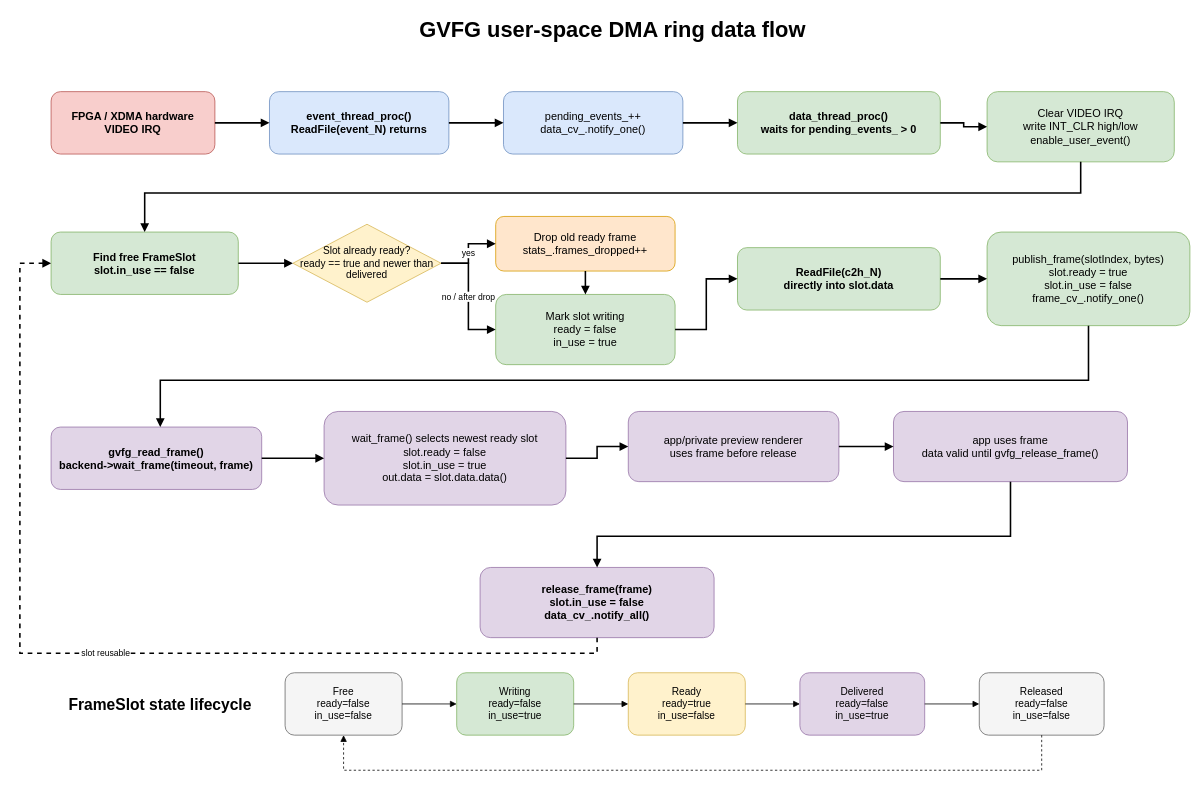
Before: docs/GVFG_DMA_RING_DATA_FLOW.drawio in MarquezLin/GVFG_Standalone, a draw.io diagram. Source tidied: cells renumbered, new cells numbered last; positions are measured from the earlier drawing's top-left corner, leaving out a move shared by most shapes. Both pictures are drawn from the tidied source at 78%, with x=0, y=0 at pixel (20, 13).
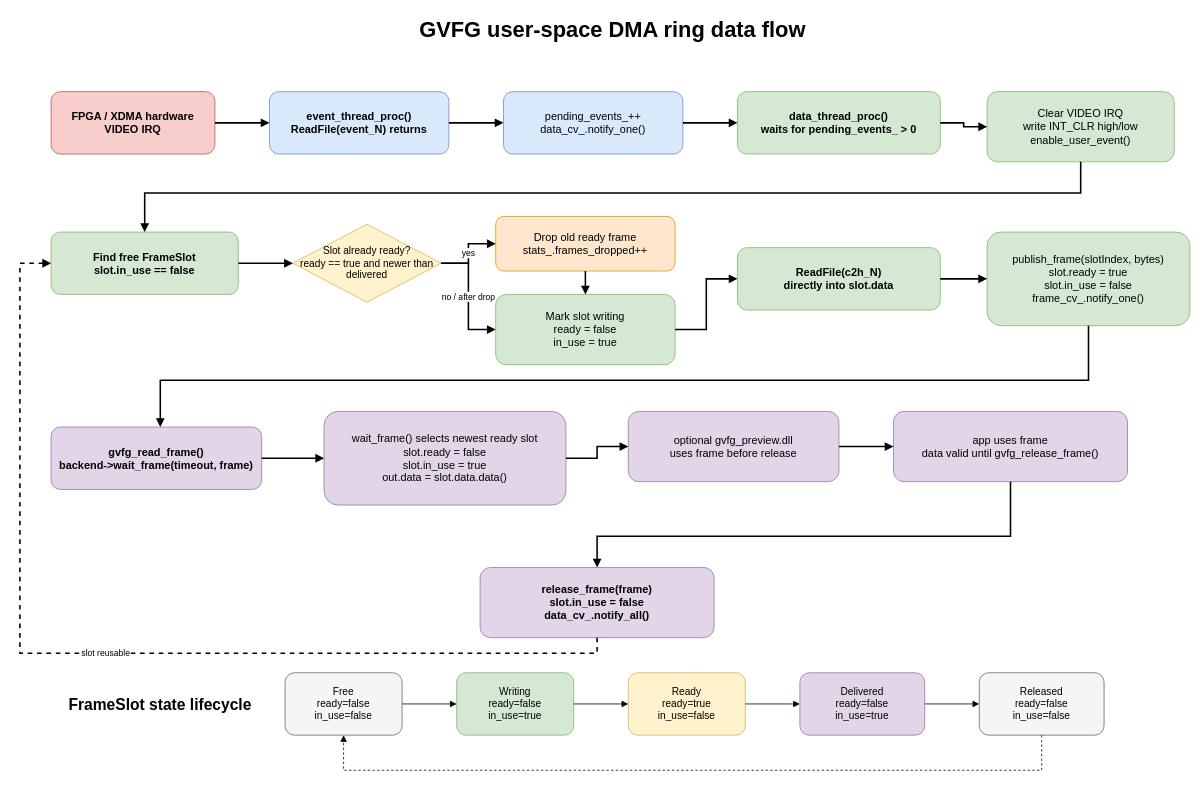
After the change.

What changed in the source:
```diff
@@
-    <mxCell id="16" value="app/private preview renderer&#10;uses frame before release" style="rounded=1;whiteSpace=wrap;html=1;fillColor=#e1d5e7;strokeColor=#9673a6;fontSize=14;" parent="1" vertex="1">
+    <mxCell id="16" value="optional gvfg_preview.dll&#10;uses frame before release" style="rounded=1;whiteSpace=wrap;html=1;fillColor=#e1d5e7;strokeColor=#9673a6;fontSize=14;" parent="1" vertex="1">
       <mxGeometry x="780" y="510" width="270" height="90" as="geometry" />
     </mxCell>
```
